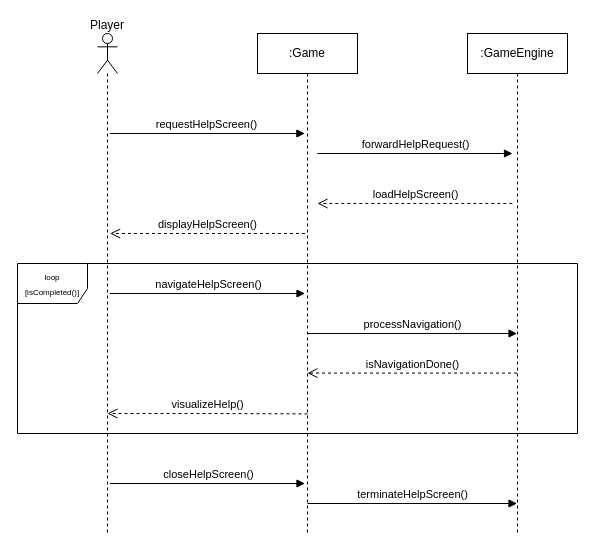
This is System Sequence Diagrams (SSD)/View_Help.drawio from zeynepyorulmaz/Rogue-Like, a draw.io file, before an edit. Source tidied: cells renumbered, new cells numbered last; positions are measured from the earlier drawing's top-left corner, leaving out a move shared by most shapes. Both pictures are drawn from the tidied source at 100%, with x=0, y=0 at pixel (17, 33).
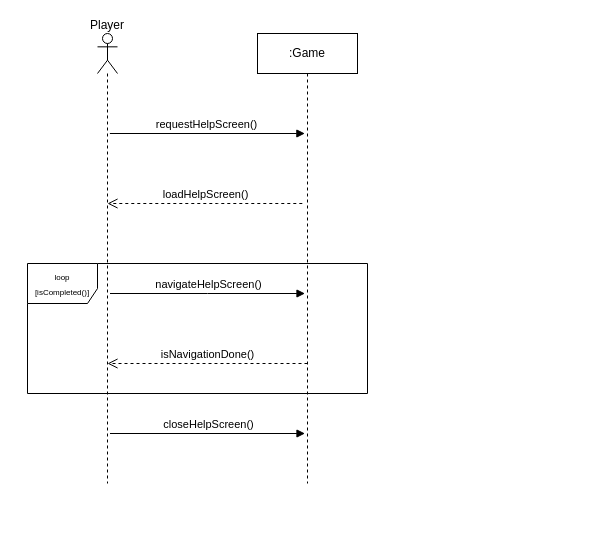
Above is the later version.

Commit message:
game engine deleted

What changed in the source:
```diff
@@
     <mxCell id="2" value="Player&lt;div&gt;&lt;br&gt;&lt;/div&gt;&lt;div&gt;&lt;br&gt;&lt;/div&gt;&lt;div&gt;&lt;br&gt;&lt;/div&gt;&lt;div&gt;&lt;br&gt;&lt;/div&gt;" style="shape=umlLifeline;perimeter=lifelinePerimeter;whiteSpace=wrap;html=1;newEdgeStyle={&quot;curved&quot;:0,&quot;rounded&quot;:0};participant=umlActor;" parent="1" vertex="1">
-      <mxGeometry x="80" width="20" height="500" as="geometry" />
+      <mxGeometry x="80" width="20" height="450" as="geometry" />
     </mxCell>
     <mxCell id="3" value=":Game" style="shape=umlLifeline;perimeter=lifelinePerimeter;whiteSpace=wrap;html=1;newEdgeStyle={&quot;curved&quot;:0,&quot;rounded&quot;:0};" parent="1" vertex="1">
-      <mxGeometry x="240" width="100" height="500" as="geometry" />
+      <mxGeometry x="240" width="100" height="450" as="geometry" />
     </mxCell>
@@
     <mxCell id="5" value="loadHelpScreen()" style="html=1;verticalAlign=bottom;endArrow=open;dashed=1;endSize=8;curved=0;rounded=0;" parent="1" edge="1">
       <mxGeometry relative="1" as="geometry">
-        <mxPoint x="494.8" y="170" as="sourcePoint" />
-        <mxPoint x="300" y="170" as="targetPoint" />
+        <mxPoint x="284.8" y="170" as="sourcePoint" />
+        <mxPoint x="90" y="170" as="targetPoint" />
         <Array as="points">
-          <mxPoint x="409.8" y="170" />
+          <mxPoint x="199.8" y="170" />
         </Array>
       </mxGeometry>
     </mxCell>
     <mxCell id="6" value="closeHelpScreen()" style="html=1;verticalAlign=bottom;endArrow=block;curved=0;rounded=0;" parent="1" edge="1">
       <mxGeometry relative="1" as="geometry">
-        <mxPoint x="92.5" y="450" as="sourcePoint" />
-        <mxPoint x="287.5" y="450" as="targetPoint" />
+        <mxPoint x="92.5" y="400" as="sourcePoint" />
+        <mxPoint x="287.5" y="400" as="targetPoint" />
       </mxGeometry>
     </mxCell>
-    <mxCell id="7" value="terminateHelpScreen()" style="html=1;verticalAlign=bottom;endArrow=block;curved=0;rounded=0;" parent="1" edge="1" target="12">
-      <mxGeometry relative="1" as="geometry">
-        <mxPoint x="290" y="470" as="sourcePoint" />
-      </mxGeometry>
-    </mxCell>
     <mxCell id="8" value="&lt;span style=&quot;font-size: 8px;&quot;&gt;loop&lt;/span&gt;&lt;div&gt;&lt;span style=&quot;font-size: 8px;&quot;&gt;[isCompleted()]&lt;/span&gt;&lt;/div&gt;" style="shape=umlFrame;whiteSpace=wrap;html=1;width=70;height=40;" parent="1" vertex="1">
-      <mxGeometry y="230" width="560" height="170" as="geometry" />
+      <mxGeometry x="10" y="230" width="340" height="130" as="geometry" />
     </mxCell>
-    <mxCell id="9" value="displayHelpScreen()" style="html=1;verticalAlign=bottom;endArrow=open;dashed=1;endSize=8;curved=0;rounded=0;" parent="1" edge="1">
-      <mxGeometry relative="1" as="geometry">
-        <mxPoint x="287.4" y="200" as="sourcePoint" />
-        <mxPoint x="92.6" y="200" as="targetPoint" />
-        <Array as="points">
-          <mxPoint x="202.4" y="200" />
-        </Array>
-      </mxGeometry>
-    </mxCell>
@@
-    <mxCell id="11" value="processNavigation()" style="html=1;verticalAlign=bottom;endArrow=block;curved=0;rounded=0;" parent="1" edge="1" target="12">
-      <mxGeometry relative="1" as="geometry">
-        <mxPoint x="290" y="300" as="sourcePoint" />
-        <Array as="points">
-          <mxPoint x="387.5" y="300" />
-        </Array>
-      </mxGeometry>
-    </mxCell>
-    <mxCell id="12" value=":GameEngine" style="shape=umlLifeline;perimeter=lifelinePerimeter;whiteSpace=wrap;html=1;outlineConnect=0;portConstraint=eastwest;newEdgeStyle={&quot;curved&quot;:0,&quot;rounded&quot;:0};" parent="1" vertex="1">
-      <mxGeometry x="450" width="100" height="500" as="geometry" />
-    </mxCell>
-    <mxCell id="13" value="forwardHelpRequest()" style="html=1;verticalAlign=bottom;endArrow=block;curved=0;rounded=0;" parent="1" edge="1">
-      <mxGeometry relative="1" as="geometry">
-        <mxPoint x="300" y="120" as="sourcePoint" />
-        <mxPoint x="495" y="120" as="targetPoint" />
-      </mxGeometry>
-    </mxCell>
-    <mxCell id="14" value="isNavigationDone()" style="html=1;verticalAlign=bottom;endArrow=open;dashed=1;endSize=8;curved=0;rounded=0;" parent="1" edge="1" source="12">
+    <mxCell id="14" value="isNavigationDone()" style="html=1;verticalAlign=bottom;endArrow=open;dashed=1;endSize=8;curved=0;rounded=0;" parent="1" edge="1">
       <mxGeometry relative="1" as="geometry">
-        <mxPoint x="290" y="339.6" as="targetPoint" />
+        <mxPoint x="290" y="330" as="sourcePoint" />
+        <mxPoint x="90" y="330" as="targetPoint" />
         <Array as="points">
-          <mxPoint x="399.8" y="339.6" />
+          <mxPoint x="199.8" y="330" />
         </Array>
       </mxGeometry>
     </mxCell>
-    <mxCell id="15" value="visualizeHelp()" style="html=1;verticalAlign=bottom;endArrow=open;dashed=1;endSize=8;curved=0;rounded=0;" parent="1" edge="1">
-      <mxGeometry relative="1" as="geometry">
-        <mxPoint x="290" y="380.4" as="sourcePoint" />
-        <mxPoint x="90" y="380" as="targetPoint" />
-        <Array as="points">
-          <mxPoint x="189.8" y="380" />
-        </Array>
-      </mxGeometry>
-    </mxCell>
```
